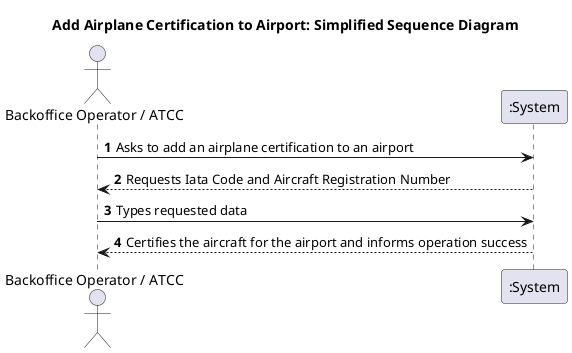
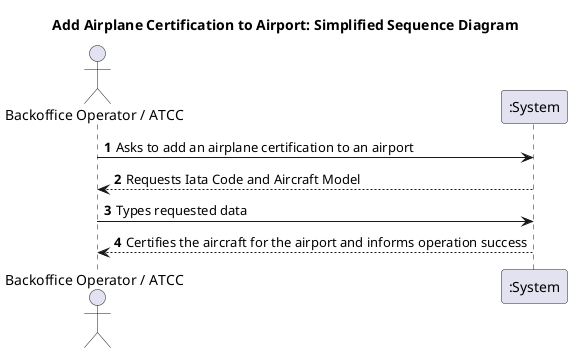
@startuml
'https://plantuml.com/sequence-diagram

autonumber

title Add Airplane Certification to Airport: Simplified Sequence Diagram

actor "Backoffice Operator / ATCC" as BO
participant ":System" as S

BO -> S: Asks to add an airplane certification to an airport
- S --> BO: Requests Iata Code and Aircraft Registration Number
+ S --> BO: Requests Iata Code and Aircraft Model

BO -> S:Types requested data
S --> BO: Certifies the aircraft for the airport and informs operation success

@enduml